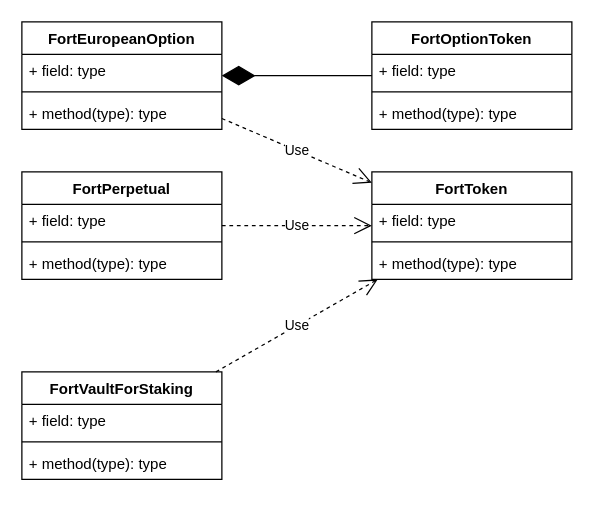
This is docs/structure.drawio from NEST-Protocol/NEST-PVM-V1.0, a draw.io file, before an edit. Source tidied: cells renumbered, new cells numbered last; positions are measured from the earlier drawing's top-left corner, leaving out a move shared by most shapes. Both pictures are drawn from the tidied source at 125%, with x=0, y=0 at pixel (21, 21).
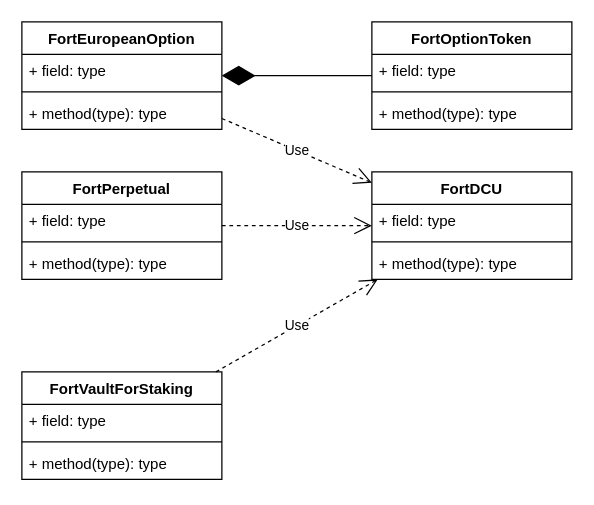
After the change.

Diff of the diagram source:
```diff
@@
-    <mxCell id="15" value="FortToken" style="swimlane;fontStyle=1;align=center;verticalAlign=top;horizontal=1;startSize=26;" parent="1" vertex="1">
+    <mxCell id="15" value="FortDCU" style="swimlane;fontStyle=1;align=center;verticalAlign=top;horizontal=1;startSize=26;" parent="1" vertex="1">
       <mxGeometry x="280" y="120" width="160" height="86" as="geometry" />
     </mxCell>
```
